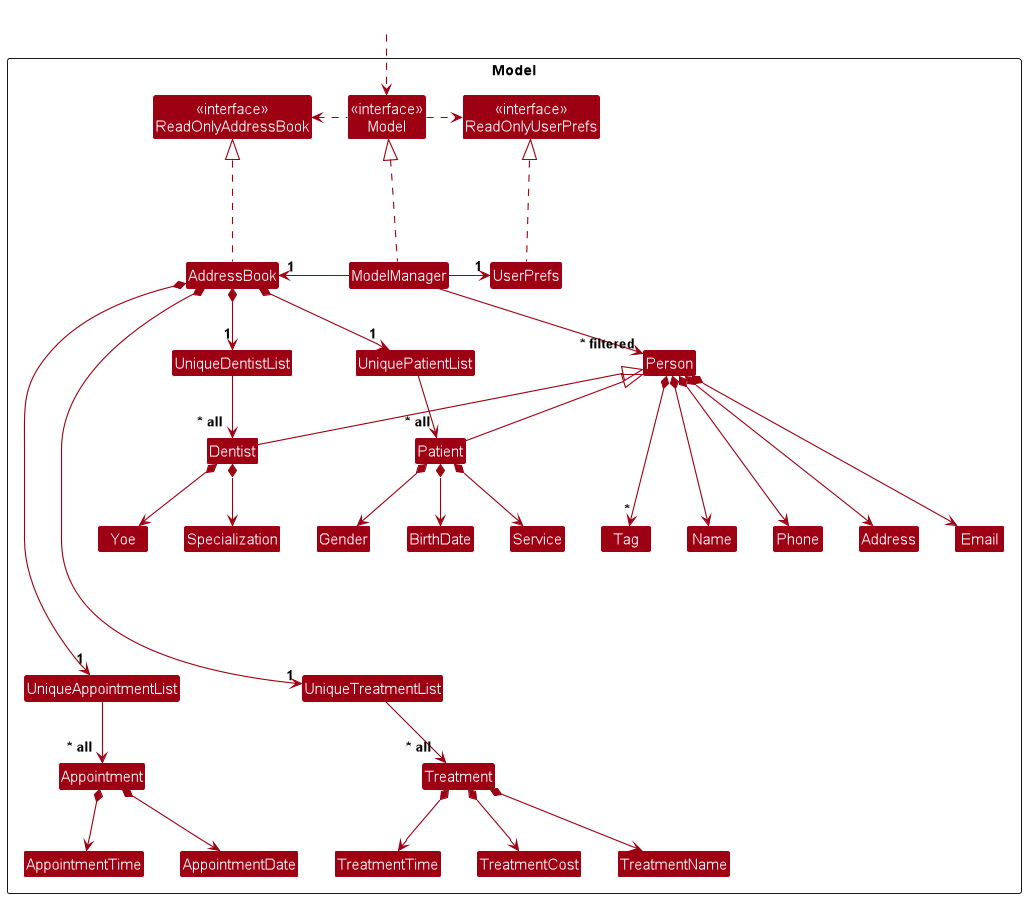
Before: docs/images/UpdatedModelClassDiagram.png, a diagram exported from PlantUML (techjay-c/tp).
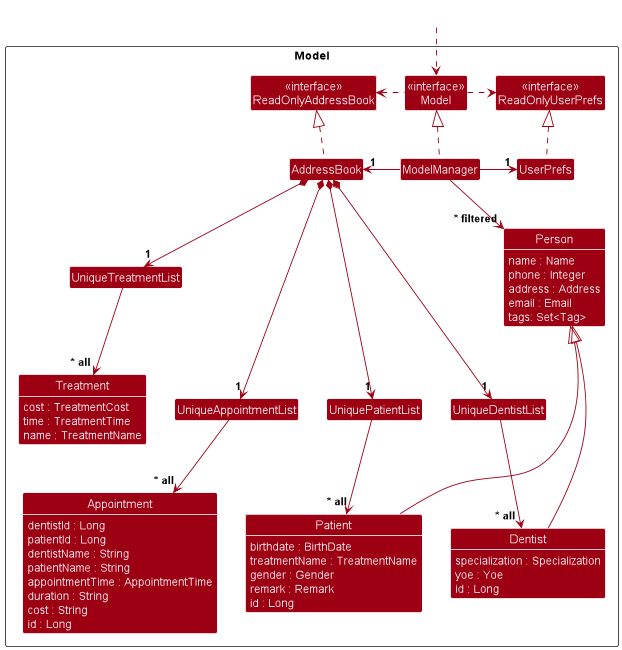
The same file after the commit.

Commit message:
Update ModelClassDiagram for more compact design

Classes that are meant for attributes (E.g. id, duration) for a bigger Class (E.g. Appointment)
Are shown as attributes in the updated ModelClassDiagram

The edit, as a diff of the source:
```diff
@@ -3,7 +3,6 @@
 skinparam arrowThickness 1.1
 skinparam arrowColor MODEL_COLOR
 skinparam classBackgroundColor MODEL_COLOR
-
 
 Package Model as ModelPackage <<Rectangle>>{
 Class "<<interface>>\nReadOnlyAddressBook" as ReadOnlyAddressBook
@@ -18,31 +17,55 @@
 Class UniqueAppointmentList
 Class UniqueTreatmentList
 
-Class Person
-Class Patient
-Class Dentist
-Class Appointment
-Class Treatment
 
-Class Address
-Class Email
-Class Name
-Class Phone
-Class Tag
+Class Patient {
+    <color:#FFFFFF>birthdate : BirthDate
+    <color:#FFFFFF>treatmentName : TreatmentName
+    <color:#FFFFFF>gender : Gender
+    <color:#FFFFFF>remark : Remark
+    <color:#FFFFFF>id : Long
+}
 
-Class Specialization
-Class Yoe
+show Patient attributes
 
-Class Gender
-Class BirthDate
-Class Service
+Class Dentist {
+    <color:#FFFFFF>specialization : Specialization
+    <color:#FFFFFF>yoe : Yoe
+    <color:#FFFFFF>id : Long
+}
 
-Class AppointmentDate
-Class AppointmentTime
+show Dentist attributes
 
-Class TreatmentCost
-Class TreatmentName
-Class TreatmentTime
+Class Appointment {
+    <color:#FFFFFF>dentistId : Long
+    <color:#FFFFFF>patientId : Long
+    <color:#FFFFFF>dentistName : String
+    <color:#FFFFFF>patientName : String
+    <color:#FFFFFF>appointmentTime : AppointmentTime
+    <color:#FFFFFF>duration : String
+    <color:#FFFFFF>cost : String
+    <color:#FFFFFF>id : Long
+}
+
+show Appointment attributes
+
+Class Treatment {
+    <color:#FFFFFF>cost : TreatmentCost
+    <color:#FFFFFF>time : TreatmentTime
+    <color:#FFFFFF>name : TreatmentName
+}
+
+show Treatment attributes
+
+Class Person {
+    <color:#FFFFFF>name : Name
+    <color:#FFFFFF>phone : Integer
+    <color:#FFFFFF>address : Address
+    <color:#FFFFFF>email : Email
+    <color:#FFFFFF>tags: Set<Tag>
+}
+
+show Person attributes
 
 Class I #FFFFFF
 }
@@ -50,49 +73,31 @@
 Class HiddenOutside #FFFFFF
 HiddenOutside ..> Model
 
-AddressBook .up..|> ReadOnlyAddressBook
+AddressBook .up.|> ReadOnlyAddressBook
 
-ModelManager .up.|> Model
+ModelManager .up|> Model
 Model .right.> ReadOnlyUserPrefs
 Model .left.> ReadOnlyAddressBook
 ModelManager -left-> "1" AddressBook
 ModelManager -right-> "1" UserPrefs
-UserPrefs .up..|> ReadOnlyUserPrefs
+UserPrefs .up.|> ReadOnlyUserPrefs
 
-AddressBook *------> "1" UniqueAppointmentList
-AddressBook *--> "1" UniquePatientList
-AddressBook *--> "1" UniqueDentistList
-AddressBook *------> "1" UniqueTreatmentList
-Person *---> Name
-Person *---> Phone
-Person *---> Email
-Person *---> Address
-Person *---> "*" Tag
+AddressBook *---> "1" UniquePatientList
+AddressBook *---> "1" UniqueDentistList
+AddressBook *---> "1" UniqueAppointmentList
+AddressBook *--> "1" UniqueTreatmentList
 
 UniquePatientList --> "~* all" Patient
-Patient -up-|> Person
-Patient *--> BirthDate
-Patient *--> Gender
-Patient *--> Service
+Patient -up--|> Person
 
 UniqueDentistList --> "~* all " Dentist
-Dentist -up-|> Person
-Dentist *--> Specialization
-Dentist *--> Yoe
+Dentist -up--|> Person
 
 UniqueAppointmentList --> "~* all " Appointment
-Appointment *--> AppointmentDate
-Appointment *--> AppointmentTime
 
 UniqueTreatmentList --> "~* all " Treatment
-Treatment *--> TreatmentCost
-Treatment *--> TreatmentName
-Treatment *--> TreatmentTime
 
 
-Name -[hidden]right-> Phone
-Phone -[hidden]right-> Address
-Address -[hidden]right-> Email
 
 ModelManager --> "~* filtered" Person
 @enduml
```
